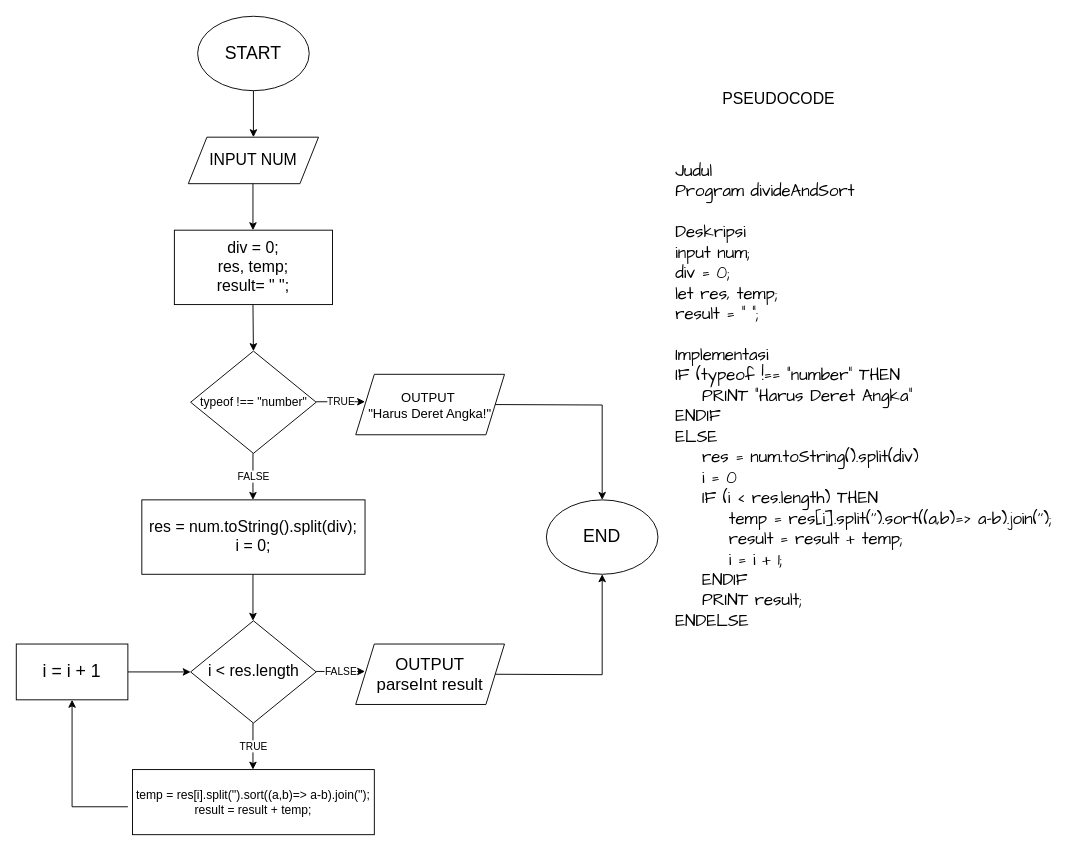
Earlier version of the draw.io diagram divideandsort/flowchart dan pseudo code.drawio (zalfanuramalia/fw5-javascript4). Source tidied: cells renumbered, new cells numbered last; positions are measured from the earlier drawing's top-left corner, leaving out a move shared by most shapes. Both pictures are drawn from the tidied source at 93%, with x=0, y=0 at pixel (16, 16).
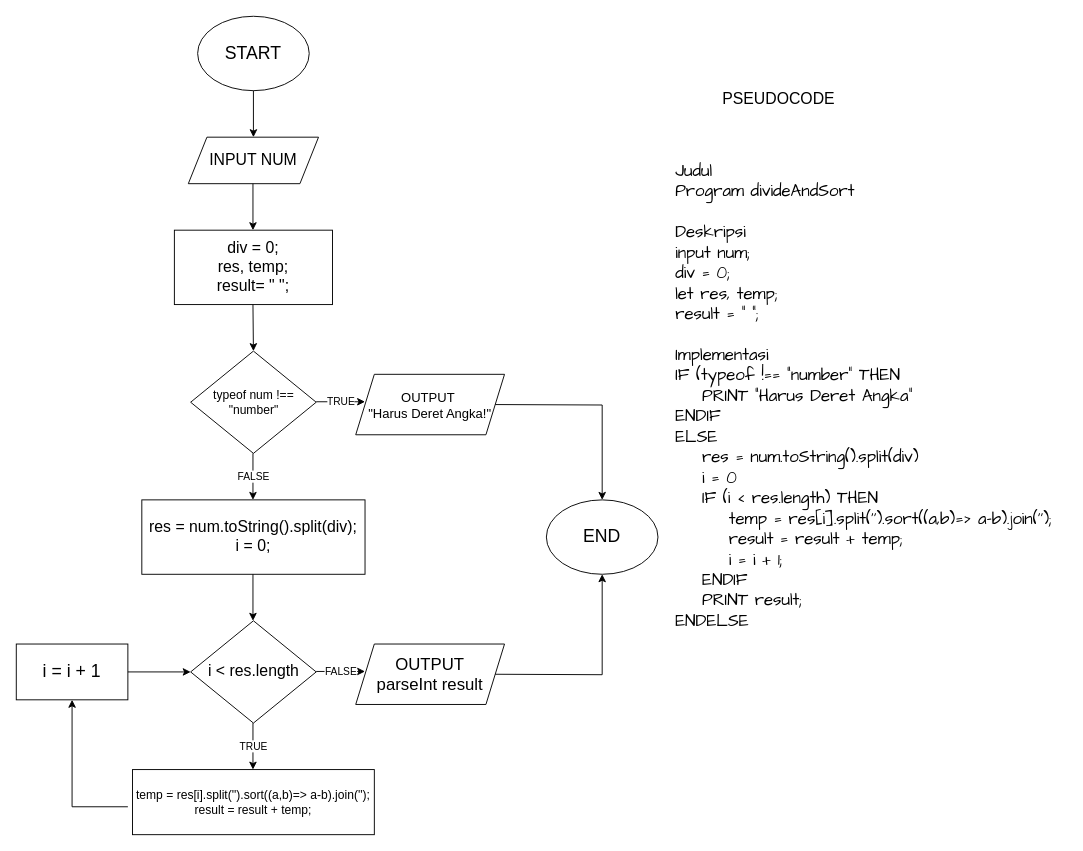
The same diagram, later.

Commit message (it also covers changes not shown here):
file tugas javascript 4

Diff of the diagram source:
```diff
@@
-    <mxCell id="7" value="&lt;font style=&quot;font-size: 13px&quot;&gt;typeof !== &quot;number&quot;&lt;/font&gt;" style="rhombus;whiteSpace=wrap;html=1;" parent="1" vertex="1">
+    <mxCell id="7" value="&lt;font style=&quot;font-size: 13px&quot;&gt;typeof num !== &quot;number&quot;&lt;/font&gt;" style="rhombus;whiteSpace=wrap;html=1;" parent="1" vertex="1">
       <mxGeometry x="187.5" y="360" width="135" height="110" as="geometry" />
     </mxCell>
```
